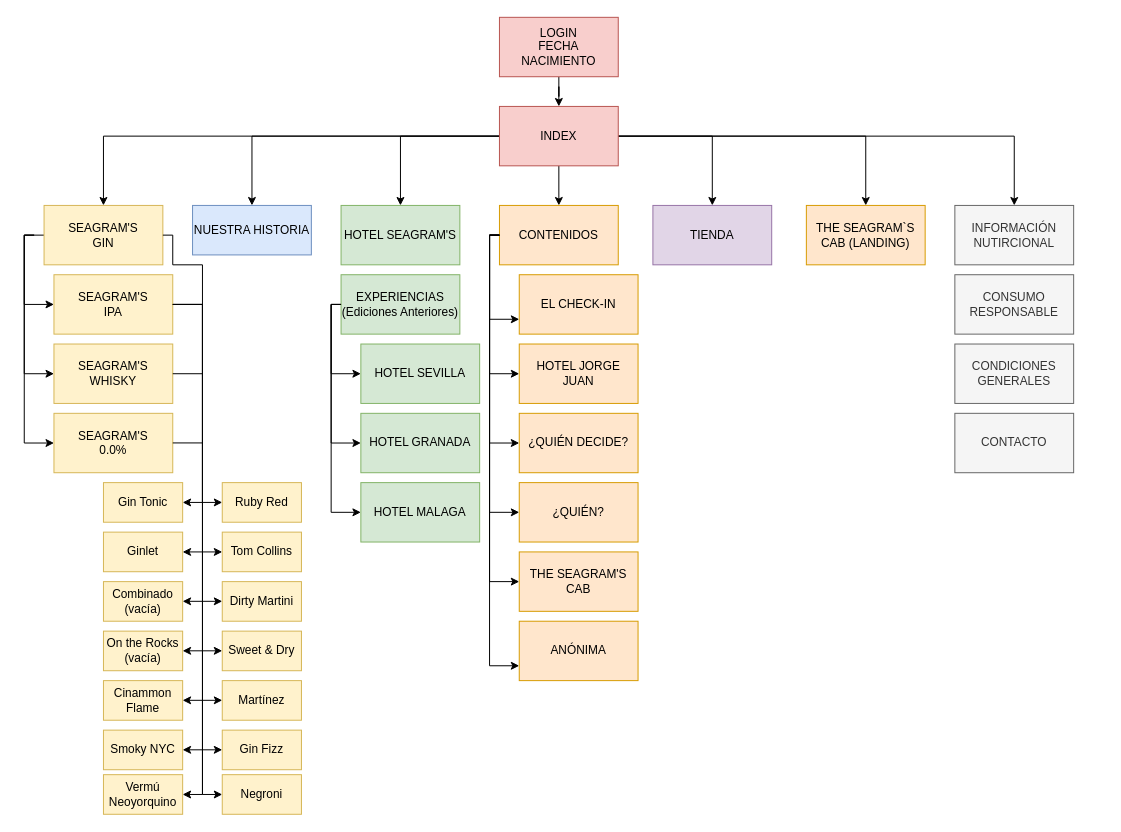
Earlier version of the draw.io diagram 2DAW_HTML-CSS_DIW/UD01_Memoria_Ejer_DIW/01_MapaDeNavegacion.drawio (Wisiwy/DAW_HTML-CSS-JS). Source tidied: cells renumbered, new cells numbered last; positions are measured from the earlier drawing's top-left corner, leaving out a move shared by most shapes. Both pictures are drawn from the tidied source at 99%, with x=0, y=0 at pixel (24, 17).
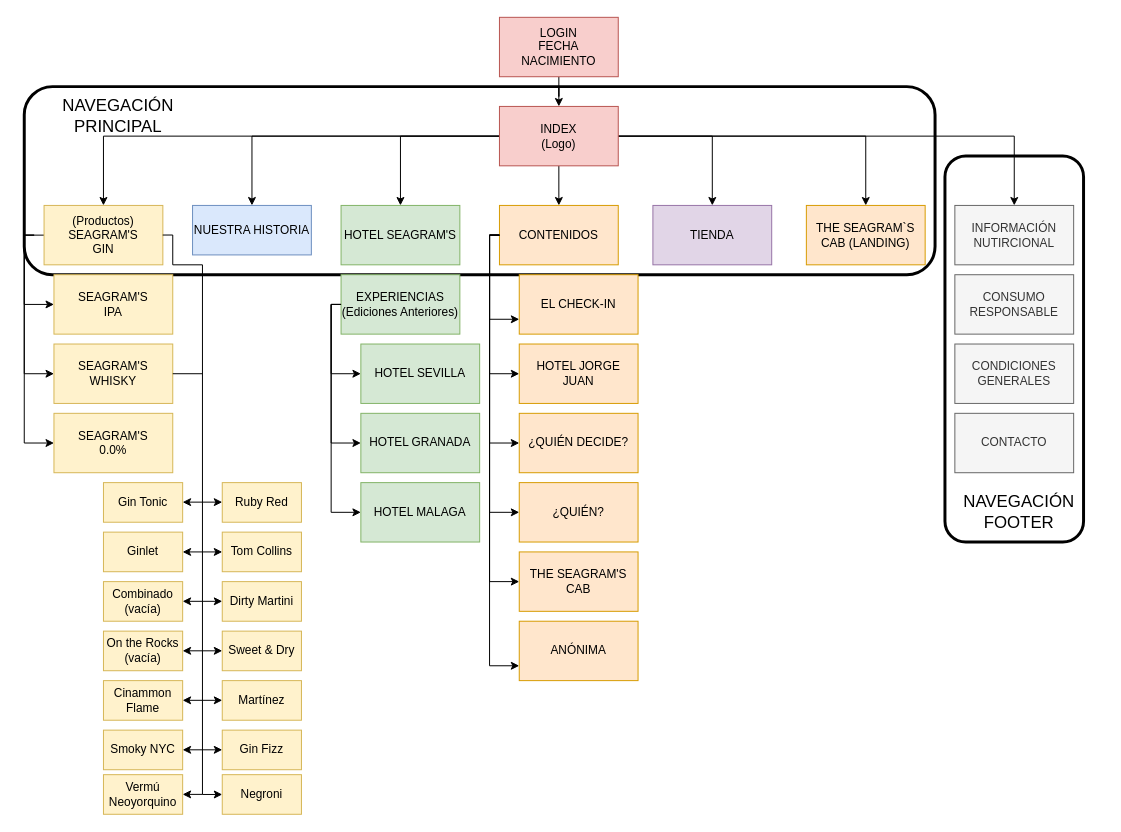
After the change.

Unchanged cells that the change refers to:
```xml
<mxCell id="15" style="group;whiteSpace=wrap;" parent="1" vertex="1">
  <mxGeometry y="190" width="150" height="270" as="geometry" />
</mxCell>
<mxCell id="20" value="&lt;div&gt;SEAGRAM'S &lt;br&gt;&lt;/div&gt;&lt;div&gt;IPA&lt;br&gt;&lt;/div&gt;" style="rounded=0;html=1;fillColor=#fff2cc;strokeColor=#d6b656;whiteSpace=wrap;" parent="15" vertex="1">
  <mxGeometry x="30" y="70" width="120" height="60" as="geometry" />
</mxCell>
<mxCell id="54" value="Gin Tonic" style="rounded=0;html=1;fillColor=#fff2cc;strokeColor=#d6b656;whiteSpace=wrap;" parent="1" vertex="1">
  <mxGeometry x="80" y="470" width="80" height="40" as="geometry" />
</mxCell>
<mxCell id="60" value="Vermú Neoyorquino" style="rounded=0;html=1;fillColor=#fff2cc;strokeColor=#d6b656;whiteSpace=wrap;" parent="1" vertex="1">
  <mxGeometry x="80" y="765" width="80" height="40" as="geometry" />
</mxCell>
<mxCell id="61" value="Ruby Red" style="rounded=0;html=1;fillColor=#fff2cc;strokeColor=#d6b656;whiteSpace=wrap;" parent="1" vertex="1">
  <mxGeometry x="200" y="470" width="80" height="40" as="geometry" />
</mxCell>
<mxCell id="67" value="Negroni" style="rounded=0;html=1;fillColor=#fff2cc;strokeColor=#d6b656;whiteSpace=wrap;" parent="1" vertex="1">
  <mxGeometry x="200" y="765" width="80" height="40" as="geometry" />
</mxCell>
```

The edit, as a diff of the source:
```diff
@@
+    <mxCell id="81" style="rounded=1;whiteSpace=wrap;html=1;fillColor=none;strokeWidth=3;" parent="1" vertex="1">
+      <mxGeometry y="70" width="920" height="190" as="geometry" />
+    </mxCell>
@@
-    <mxCell id="11" value="&lt;div&gt;INDEX&lt;/div&gt;" style="rounded=0;html=1;fillColor=#f8cecc;strokeColor=#b85450;whiteSpace=wrap;" parent="1" vertex="1">
+    <mxCell id="11" value="&lt;div&gt;INDEX&lt;/div&gt;&lt;div&gt;(Logo)&lt;br&gt;&lt;/div&gt;" style="rounded=0;html=1;fillColor=#f8cecc;strokeColor=#b85450;whiteSpace=wrap;" parent="1" vertex="1">
       <mxGeometry x="480" y="90" width="120" height="60" as="geometry" />
     </mxCell>
@@
-    <mxCell id="19" value="&lt;div&gt;SEAGRAM'S &lt;br&gt;&lt;/div&gt;&lt;div&gt;GIN&lt;br&gt;&lt;/div&gt;" style="rounded=0;html=1;fillColor=#fff2cc;strokeColor=#d6b656;whiteSpace=wrap;" parent="15" vertex="1">
+    <mxCell id="19" value="&lt;div&gt;&lt;br&gt;&lt;/div&gt;&lt;div&gt;(Productos)&lt;br&gt;&lt;/div&gt;&lt;div&gt;SEAGRAM'S &lt;br&gt;&lt;/div&gt;&lt;div&gt;GIN&lt;/div&gt;&lt;div&gt;&lt;br&gt;&lt;/div&gt;" style="rounded=0;html=1;fillColor=#fff2cc;strokeColor=#d6b656;whiteSpace=wrap;" parent="15" vertex="1">
       <mxGeometry x="20" width="120" height="60" as="geometry" />
     </mxCell>
@@
     <mxCell id="46" style="group;" parent="1" vertex="1">
-      <mxGeometry x="940" y="190" width="120" height="270" as="geometry" />
+      <mxGeometry x="940" y="190" width="150" height="340" as="geometry" />
     </mxCell>
@@
-    <mxCell id="51" style="edgeStyle=orthogonalEdgeStyle;rounded=0;jettySize=auto;html=1;entryX=1;entryY=0.5;entryDx=0;entryDy=0;exitX=1;exitY=0.5;exitDx=0;exitDy=0;" parent="1" edge="1" source="19" target="54">
-      <mxGeometry relative="1" as="geometry">
-        <Array as="points">
-          <mxPoint x="150" y="220" />
-          <mxPoint x="150" y="250" />
-          <mxPoint x="180" y="250" />
-          <mxPoint x="180" y="490" />
-        </Array>
-      </mxGeometry>
-    </mxCell>
+    <mxCell id="82" style="rounded=1;whiteSpace=wrap;html=1;fillColor=none;strokeWidth=3;" parent="46" vertex="1">
+      <mxGeometry x="-10" y="-50" width="140" height="390" as="geometry" />
+    </mxCell>
+    <mxCell id="83" value="&lt;font style=&quot;font-size: 17px;&quot;&gt;NAVEGACIÓN FOOTER&lt;/font&gt;" style="text;html=1;strokeColor=none;fillColor=none;align=center;verticalAlign=middle;whiteSpace=wrap;rounded=0;" parent="46" vertex="1">
+      <mxGeometry y="290" width="130" height="40" as="geometry" />
+    </mxCell>
-    <mxCell id="52" style="edgeStyle=orthogonalEdgeStyle;rounded=0;jettySize=auto;html=1;entryX=0;entryY=0.5;entryDx=0;entryDy=0;" parent="1" edge="1" source="20" target="61">
+    <mxCell id="52" style="edgeStyle=orthogonalEdgeStyle;rounded=0;jettySize=auto;html=1;entryX=0;entryY=0.5;entryDx=0;entryDy=0;exitX=0.152;exitY=0.789;exitDx=0;exitDy=0;exitPerimeter=0;" parent="1" edge="1" source="81" target="67">
       <mxGeometry relative="1" as="geometry">
         <Array as="points">
-          <mxPoint x="180" y="290" />
-          <mxPoint x="180" y="490" />
+          <mxPoint x="150" y="220" />
+          <mxPoint x="150" y="250" />
+          <mxPoint x="180" y="250" />
+          <mxPoint x="180" y="785" />
         </Array>
       </mxGeometry>
     </mxCell>
-    <mxCell id="53" style="edgeStyle=orthogonalEdgeStyle;rounded=0;jettySize=auto;html=1;entryX=0;entryY=0.5;entryDx=0;entryDy=0;" parent="1" edge="1" source="20" target="67">
-      <mxGeometry relative="1" as="geometry">
-        <Array as="points">
-          <mxPoint x="180" y="290" />
-          <mxPoint x="180" y="785" />
-        </Array>
-      </mxGeometry>
-    </mxCell>
@@
-    <mxCell id="68" style="edgeStyle=orthogonalEdgeStyle;rounded=0;jettySize=auto;html=1;entryX=1;entryY=0.5;entryDx=0;entryDy=0;" parent="1" edge="1" target="60">
-      <mxGeometry relative="1" as="geometry">
-        <mxPoint x="150" y="290" as="sourcePoint" />
-        <Array as="points">
-          <mxPoint x="180" y="290" />
-          <mxPoint x="180" y="785" />
-        </Array>
-      </mxGeometry>
-    </mxCell>
@@
-    <mxCell id="80" style="endArrow=none;html=1;rounded=0;exitX=1;exitY=0.5;exitDx=0;exitDy=0;" parent="1" edge="1">
-      <mxGeometry relative="1" as="geometry">
-        <mxPoint x="150" y="429.9" as="sourcePoint" />
-        <mxPoint x="180" y="429.9" as="targetPoint" />
-      </mxGeometry>
-    </mxCell>
+    <mxCell id="84" value="&lt;font style=&quot;font-size: 17px;&quot;&gt;NAVEGACIÓN PRINCIPAL&lt;/font&gt;" style="text;html=1;strokeColor=none;fillColor=none;align=center;verticalAlign=middle;whiteSpace=wrap;rounded=0;" parent="1" vertex="1">
+      <mxGeometry x="30" y="80" width="130" height="40" as="geometry" />
+    </mxCell>
+    <mxCell id="85" style="endArrow=classic;html=1;rounded=0;entryX=0;entryY=0.5;entryDx=0;entryDy=0;" parent="1" edge="1">
+      <mxGeometry relative="1" as="geometry">
+        <mxPoint x="180" y="489.7" as="sourcePoint" />
+        <mxPoint x="200" y="489.7" as="targetPoint" />
+      </mxGeometry>
+    </mxCell>
+    <mxCell id="86" style="endArrow=classic;html=1;rounded=0;entryX=1;entryY=0.5;entryDx=0;entryDy=0;" parent="1" edge="1">
+      <mxGeometry relative="1" as="geometry">
+        <mxPoint x="180" y="489.7" as="sourcePoint" />
+        <mxPoint x="160" y="489.7" as="targetPoint" />
+      </mxGeometry>
+    </mxCell>
+    <mxCell id="87" style="endArrow=classic;html=1;rounded=0;entryX=1;entryY=0.5;entryDx=0;entryDy=0;" parent="1" edge="1">
+      <mxGeometry relative="1" as="geometry">
+        <mxPoint x="180" y="784.9" as="sourcePoint" />
+        <mxPoint x="160" y="784.9" as="targetPoint" />
+      </mxGeometry>
+    </mxCell>
```
